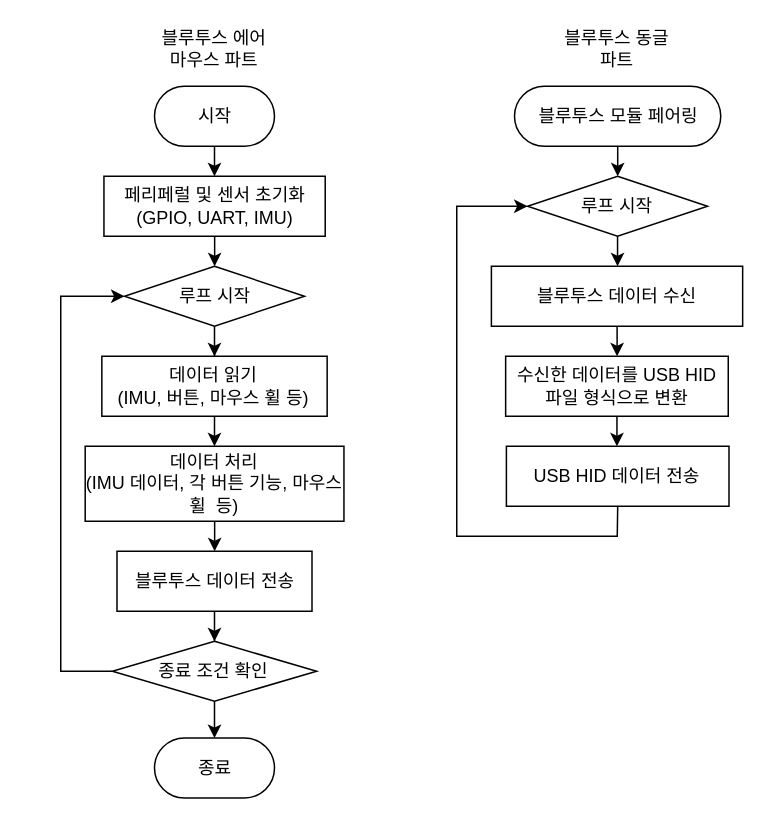
shoenkh15324/Bluetooth_Air_Mouse keeps this draw.io diagram as 블루투스 에어 마우스 알고리즘 흐름도.drawio. Above is the earlier version. Source tidied: cells renumbered, new cells numbered last; positions are measured from the earlier drawing's top-left corner, leaving out a move shared by most shapes. Both pictures are drawn from the tidied source at 150%, with x=0, y=0 at pixel (60, 26).
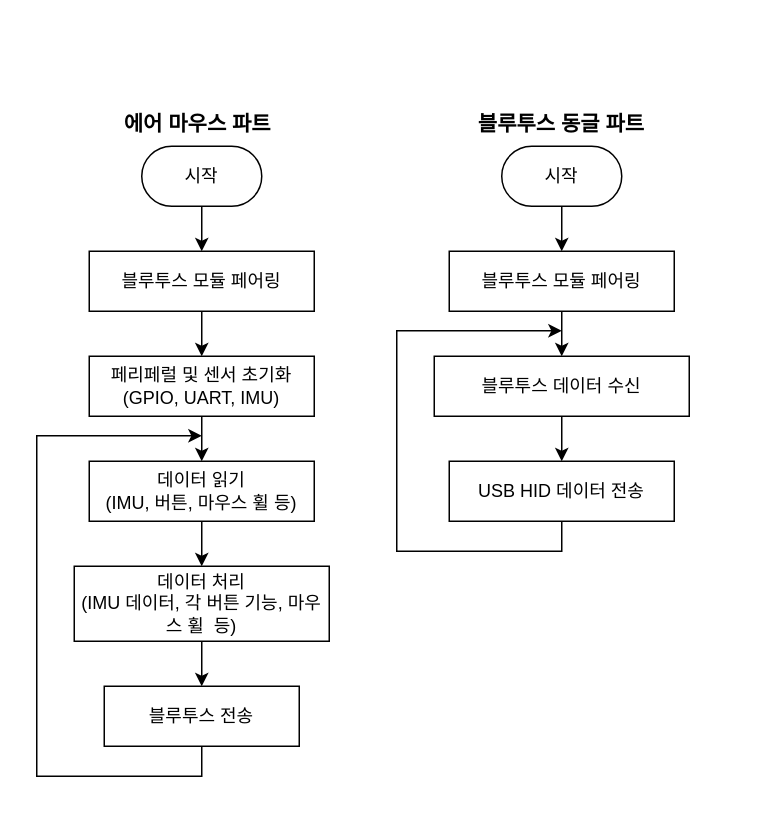
The same page after the edit.

Diff of the diagram source:
```diff
@@
-    <mxCell id="2" style="edgeStyle=orthogonalEdgeStyle;rounded=0;jettySize=auto;html=1;entryX=0.5;entryY=0;entryDx=0;entryDy=0;" parent="1" edge="1" source="3" target="9">
-      <mxGeometry relative="1" as="geometry" />
-    </mxCell>
+    <mxCell id="30" style="edgeStyle=orthogonalEdgeStyle;rounded=0;jettySize=auto;html=1;entryX=0.5;entryY=0;entryDx=0;entryDy=0;" parent="1" edge="1" source="3" target="35">
+      <mxGeometry relative="1" as="geometry" />
+    </mxCell>
     <mxCell id="3" value="시작" style="rounded=1;whiteSpace=wrap;html=1;arcSize=50;" parent="1" vertex="1">
-      <mxGeometry x="62.5" y="40" width="80" height="40" as="geometry" />
+      <mxGeometry x="54" y="80" width="80" height="40" as="geometry" />
     </mxCell>
-    <mxCell id="4" style="edgeStyle=orthogonalEdgeStyle;rounded=0;jettySize=auto;html=1;entryX=0.5;entryY=0;entryDx=0;entryDy=0;" parent="1" edge="1" source="5" target="7">
-      <mxGeometry relative="1" as="geometry" />
-    </mxCell>
-    <mxCell id="5" value="루프 시작" style="rhombus;whiteSpace=wrap;html=1;" parent="1" vertex="1">
-      <mxGeometry x="42.5" y="160" width="120" height="40" as="geometry" />
-    </mxCell>
@@
     <mxCell id="7" value="데이터 읽기&lt;br&gt;(IMU, 버튼, 마우스 휠 등)" style="rounded=0;whiteSpace=wrap;html=1;" parent="1" vertex="1">
-      <mxGeometry x="27.4" y="220" width="150.2" height="40" as="geometry" />
+      <mxGeometry x="19" y="290" width="150" height="40" as="geometry" />
     </mxCell>
-    <mxCell id="8" style="edgeStyle=orthogonalEdgeStyle;rounded=0;jettySize=auto;html=1;entryX=0.5;entryY=0;entryDx=0;entryDy=0;" parent="1" edge="1" source="9" target="5">
-      <mxGeometry relative="1" as="geometry" />
-    </mxCell>
+    <mxCell id="31" style="edgeStyle=orthogonalEdgeStyle;rounded=0;jettySize=auto;html=1;entryX=0.5;entryY=0;entryDx=0;entryDy=0;" parent="1" edge="1" source="9" target="7">
+      <mxGeometry relative="1" as="geometry" />
+    </mxCell>
     <mxCell id="9" value="페리페럴 및 센서 초기화&lt;br&gt;(GPIO, UART, IMU)" style="rounded=0;whiteSpace=wrap;html=1;" parent="1" vertex="1">
-      <mxGeometry x="28.8" y="100" width="147.5" height="40" as="geometry" />
+      <mxGeometry x="19" y="220" width="150" height="40" as="geometry" />
     </mxCell>
@@
     <mxCell id="11" value="데이터 처리&lt;br&gt;(IMU 데이터, 각 버튼 기능, 마우스 휠&amp;nbsp; 등)" style="rounded=0;whiteSpace=wrap;html=1;" parent="1" vertex="1">
-      <mxGeometry x="16.3" y="280" width="172.5" height="50" as="geometry" />
+      <mxGeometry x="9" y="360" width="170" height="50" as="geometry" />
     </mxCell>
-    <mxCell id="12" style="edgeStyle=orthogonalEdgeStyle;rounded=0;jettySize=auto;html=1;entryX=0.5;entryY=0;entryDx=0;entryDy=0;" parent="1" edge="1" source="13" target="25">
-      <mxGeometry relative="1" as="geometry" />
-    </mxCell>
-    <mxCell id="13" value="블루투스 데이터 전송" style="rounded=0;whiteSpace=wrap;html=1;" parent="1" vertex="1">
-      <mxGeometry x="37.5" y="350" width="130" height="40" as="geometry" />
+    <mxCell id="13" value="블루투스 전송" style="rounded=0;whiteSpace=wrap;html=1;" parent="1" vertex="1">
+      <mxGeometry x="29" y="440" width="130" height="40" as="geometry" />
     </mxCell>
-    <mxCell id="14" style="endArrow=classic;html=1;rounded=0;entryX=0;entryY=0.5;entryDx=0;entryDy=0;exitX=0;exitY=0.5;exitDx=0;exitDy=0;" parent="1" edge="1" source="25" target="5">
-      <mxGeometry relative="1" as="geometry">
-        <Array as="points">
-          <mxPoint y="430" />
-          <mxPoint y="180" />
-        </Array>
-      </mxGeometry>
-    </mxCell>
-    <mxCell id="15" style="edgeStyle=orthogonalEdgeStyle;rounded=0;jettySize=auto;html=1;entryX=0.5;entryY=0;entryDx=0;entryDy=0;" parent="1" edge="1" source="16" target="20">
-      <mxGeometry relative="1" as="geometry" />
-    </mxCell>
-    <mxCell id="16" value="블루투스 모듈 페어링" style="rounded=1;whiteSpace=wrap;html=1;arcSize=50;" parent="1" vertex="1">
-      <mxGeometry x="302.5" y="40" width="137.5" height="40" as="geometry" />
-    </mxCell>
-    <mxCell id="17" style="edgeStyle=orthogonalEdgeStyle;rounded=0;jettySize=auto;html=1;entryX=0.5;entryY=0;entryDx=0;entryDy=0;" parent="1" edge="1" source="18" target="22">
-      <mxGeometry relative="1" as="geometry" />
-    </mxCell>
+    <mxCell id="32" style="edgeStyle=orthogonalEdgeStyle;rounded=0;jettySize=auto;html=1;entryX=0.5;entryY=0;entryDx=0;entryDy=0;" parent="1" edge="1" source="18" target="29">
+      <mxGeometry relative="1" as="geometry" />
+    </mxCell>
     <mxCell id="18" value="블루투스 데이터 수신" style="rounded=0;whiteSpace=wrap;html=1;" parent="1" vertex="1">
-      <mxGeometry x="287.1" y="160" width="167.5" height="40" as="geometry" />
+      <mxGeometry x="249" y="220" width="170" height="40" as="geometry" />
     </mxCell>
-    <mxCell id="19" style="edgeStyle=orthogonalEdgeStyle;rounded=0;jettySize=auto;html=1;entryX=0.5;entryY=0;entryDx=0;entryDy=0;" parent="1" edge="1" source="20" target="18">
-      <mxGeometry relative="1" as="geometry" />
+    <mxCell id="19" style="edgeStyle=orthogonalEdgeStyle;rounded=0;jettySize=auto;html=1;entryX=0.5;entryY=0;entryDx=0;entryDy=0;" parent="1" edge="1" target="18">
+      <mxGeometry relative="1" as="geometry">
+        <mxPoint x="324.4" y="190" as="sourcePoint" />
+      </mxGeometry>
     </mxCell>
-    <mxCell id="20" value="루프 시작" style="rhombus;whiteSpace=wrap;html=1;" parent="1" vertex="1">
-      <mxGeometry x="311.2" y="100" width="120" height="40" as="geometry" />
-    </mxCell>
-    <mxCell id="21" style="edgeStyle=orthogonalEdgeStyle;rounded=0;jettySize=auto;html=1;entryX=0.5;entryY=0;entryDx=0;entryDy=0;" parent="1" edge="1" source="22" target="29">
-      <mxGeometry relative="1" as="geometry" />
-    </mxCell>
-    <mxCell id="22" value="수신한 데이터를 USB HID 파일 형식으로 변환" style="rounded=0;whiteSpace=wrap;html=1;" parent="1" vertex="1">
-      <mxGeometry x="296.6" y="220" width="148.4" height="40" as="geometry" />
-    </mxCell>
-    <mxCell id="23" style="endArrow=classic;html=1;rounded=0;entryX=0;entryY=0.5;entryDx=0;entryDy=0;exitX=0.5;exitY=1;exitDx=0;exitDy=0;" parent="1" edge="1" source="29" target="20">
-      <mxGeometry relative="1" as="geometry">
-        <Array as="points">
-          <mxPoint x="371" y="340" />
-          <mxPoint x="264" y="340" />
-          <mxPoint x="264" y="120" />
-        </Array>
-      </mxGeometry>
-    </mxCell>
-    <mxCell id="24" style="edgeStyle=orthogonalEdgeStyle;rounded=0;jettySize=auto;html=1;" parent="1" edge="1" source="25" target="26">
-      <mxGeometry relative="1" as="geometry" />
-    </mxCell>
-    <mxCell id="25" value="종료 조건 확인" style="rhombus;whiteSpace=wrap;html=1;" parent="1" vertex="1">
-      <mxGeometry x="34.4" y="410" width="136.2" height="40" as="geometry" />
-    </mxCell>
-    <mxCell id="26" value="종료" style="rounded=1;whiteSpace=wrap;html=1;arcSize=50;" parent="1" vertex="1">
-      <mxGeometry x="62.5" y="474.5" width="80" height="40" as="geometry" />
-    </mxCell>
-    <mxCell id="27" value="블루투스 에어 마우스 파트" style="text;html=1;align=center;verticalAlign=middle;whiteSpace=wrap;rounded=0;" parent="1" vertex="1">
-      <mxGeometry x="59.9" width="85.1" height="30" as="geometry" />
+    <mxCell id="27" value="&lt;b&gt;&lt;font style=&quot;font-size: 14px;&quot;&gt;에어 마우스 파트&lt;/font&gt;&lt;/b&gt;" style="text;html=1;align=center;verticalAlign=middle;whiteSpace=wrap;rounded=0;" parent="1" vertex="1">
+      <mxGeometry x="29" y="50" width="125" height="30" as="geometry" />
     </mxCell>
-    <mxCell id="28" value="블루투스 동글 파트" style="text;html=1;align=center;verticalAlign=middle;whiteSpace=wrap;rounded=0;" parent="1" vertex="1">
-      <mxGeometry x="329.8" width="82.1" height="30" as="geometry" />
+    <mxCell id="28" value="&lt;font style=&quot;font-size: 14px;&quot;&gt;&lt;b&gt;블루투스 동글 파트&lt;/b&gt;&lt;/font&gt;" style="text;html=1;align=center;verticalAlign=middle;whiteSpace=wrap;rounded=0;" parent="1" vertex="1">
+      <mxGeometry x="264" y="50" width="140" height="30" as="geometry" />
     </mxCell>
     <mxCell id="29" value="USB HID 데이터 전송" style="rounded=0;whiteSpace=wrap;html=1;" parent="1" vertex="1">
-      <mxGeometry x="297.1" y="280" width="148.4" height="40" as="geometry" />
+      <mxGeometry x="259" y="290" width="150" height="40" as="geometry" />
     </mxCell>
+    <mxCell id="33" style="endArrow=classic;html=1;rounded=0;exitX=0.5;exitY=1;exitDx=0;exitDy=0;" parent="1" edge="1" source="13">
+      <mxGeometry relative="1" as="geometry">
+        <mxPoint x="94" y="273" as="targetPoint" />
+        <Array as="points">
+          <mxPoint x="94" y="500" />
+          <mxPoint x="-16" y="500" />
+          <mxPoint x="-16" y="273" />
+        </Array>
+      </mxGeometry>
+    </mxCell>
+    <mxCell id="34" style="edgeStyle=orthogonalEdgeStyle;rounded=0;jettySize=auto;html=1;entryX=0.5;entryY=0;entryDx=0;entryDy=0;" parent="1" edge="1" source="35" target="9">
+      <mxGeometry relative="1" as="geometry" />
+    </mxCell>
+    <mxCell id="35" value="블루투스 모듈 페어링" style="rounded=0;whiteSpace=wrap;html=1;" parent="1" vertex="1">
+      <mxGeometry x="19" y="150" width="150" height="40" as="geometry" />
+    </mxCell>
+    <mxCell id="36" style="edgeStyle=orthogonalEdgeStyle;rounded=0;jettySize=auto;html=1;entryX=0.5;entryY=0;entryDx=0;entryDy=0;" parent="1" edge="1" source="37" target="38">
+      <mxGeometry relative="1" as="geometry" />
+    </mxCell>
+    <mxCell id="37" value="시작" style="rounded=1;whiteSpace=wrap;html=1;arcSize=50;" parent="1" vertex="1">
+      <mxGeometry x="294" y="80" width="80" height="40" as="geometry" />
+    </mxCell>
+    <mxCell id="38" value="블루투스 모듈 페어링" style="rounded=0;whiteSpace=wrap;html=1;" parent="1" vertex="1">
+      <mxGeometry x="259" y="150" width="150" height="40" as="geometry" />
+    </mxCell>
+    <mxCell id="39" style="endArrow=classic;html=1;rounded=0;exitX=0.5;exitY=1;exitDx=0;exitDy=0;" parent="1" edge="1" source="29">
+      <mxGeometry relative="1" as="geometry">
+        <mxPoint x="334" y="203" as="targetPoint" />
+        <Array as="points">
+          <mxPoint x="334" y="350" />
+          <mxPoint x="224" y="350" />
+          <mxPoint x="224" y="203" />
+        </Array>
+      </mxGeometry>
+    </mxCell>
```
